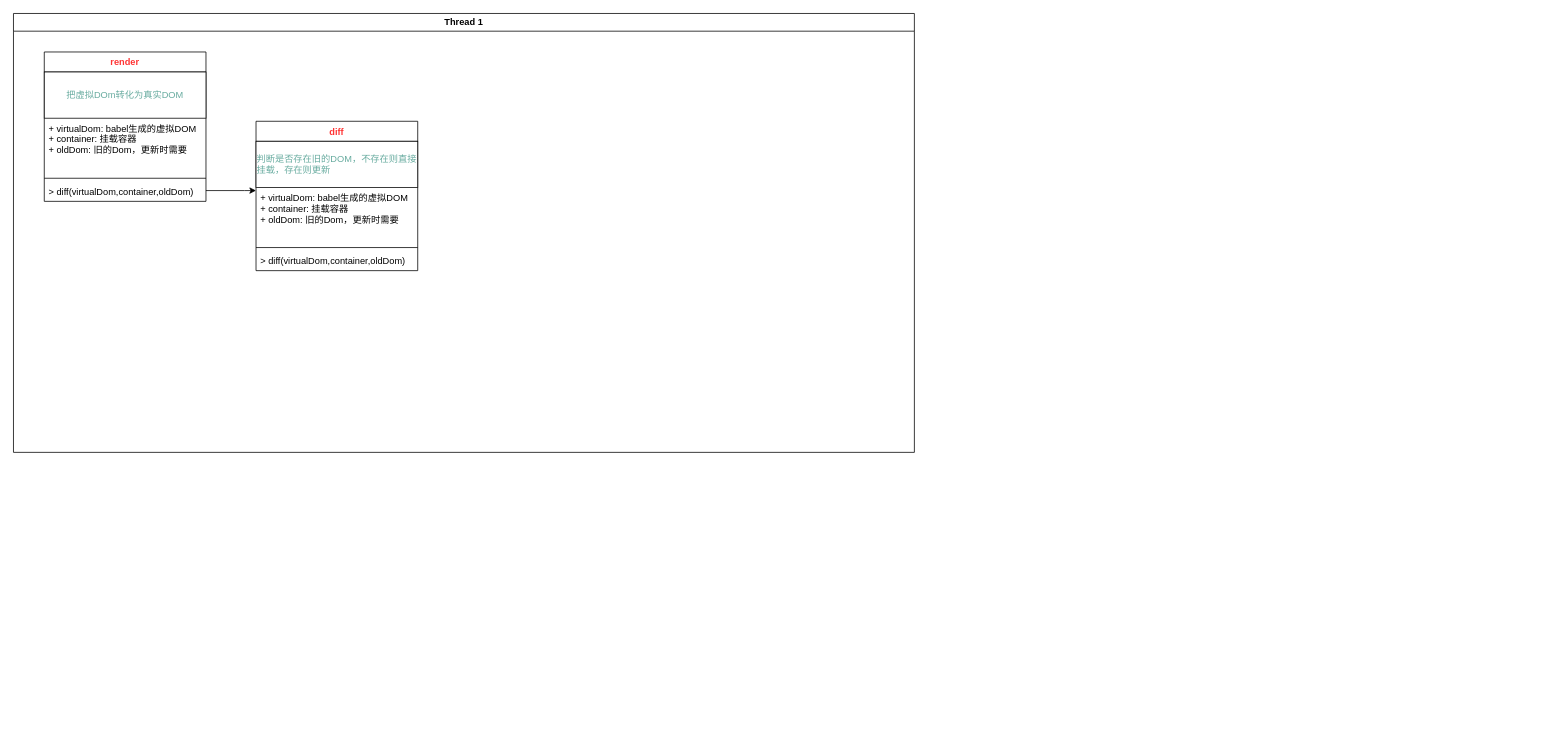
This is 未命名绘图.drawio from eaweadaws0/mini-react, a draw.io file, before an edit. Source tidied: cells renumbered, new cells numbered last; positions are measured from the earlier drawing's top-left corner, leaving out a move shared by most shapes. Both pictures are drawn from the tidied source at 77%, with x=0, y=0 at pixel (13, 13).
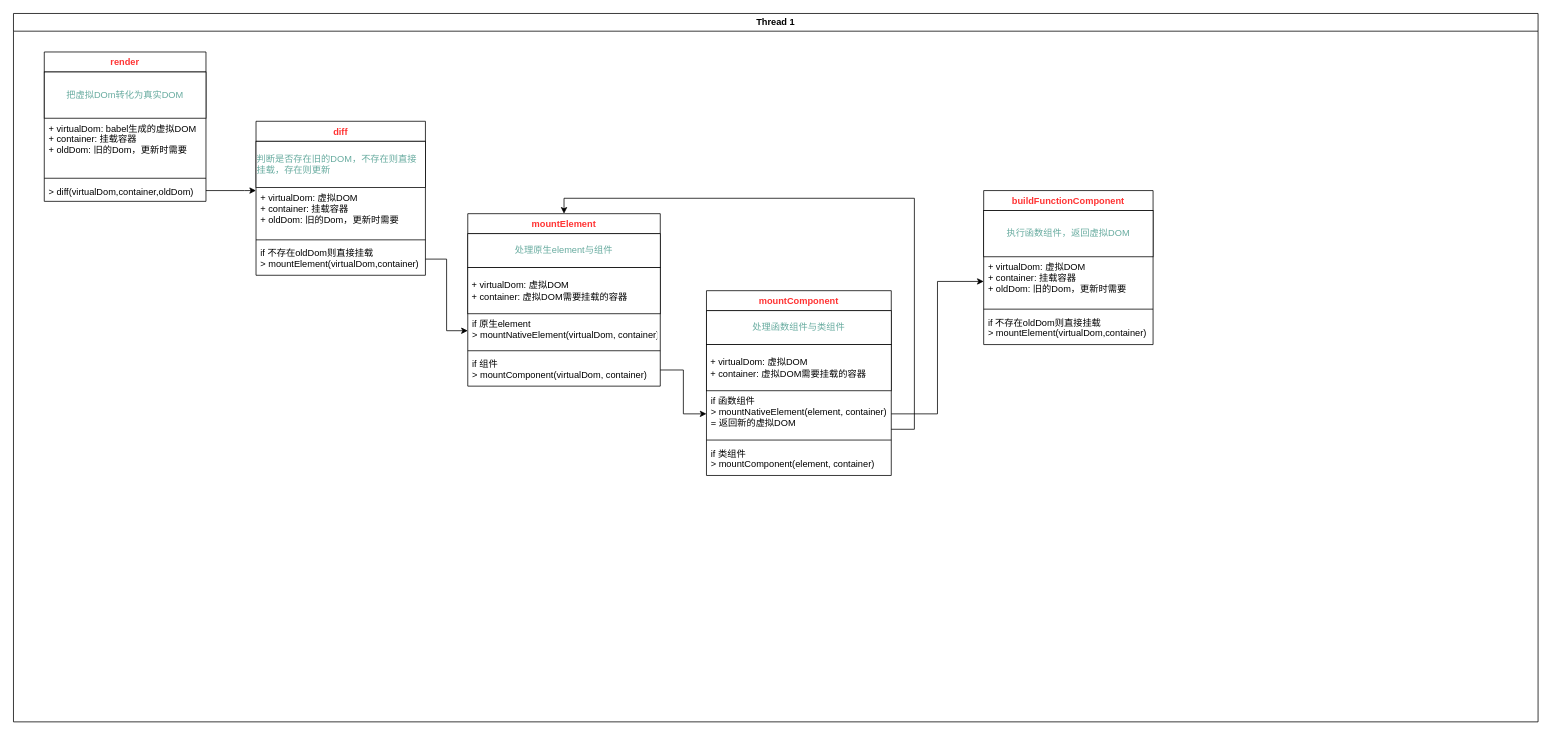
After the change.

Commit message:
更新未命名绘图.drawio

The edit, as a diff of the source:
```diff
@@
     <mxCell id="2" value="Thread 1" style="swimlane;whiteSpace=wrap;" parent="1" vertex="1">
-      <mxGeometry width="1170" height="570" as="geometry" />
+      <mxGeometry width="1980" height="920" as="geometry" />
     </mxCell>
@@
     <mxCell id="9" value="diff" style="swimlane;fontStyle=1;align=center;verticalAlign=top;horizontal=1;startSize=26;fontColor=#FF3333;" parent="2" vertex="1">
-      <mxGeometry x="315" y="140" width="210" height="194" as="geometry" />
+      <mxGeometry x="315" y="140" width="220" height="200" as="geometry" />
     </mxCell>
     <mxCell id="10" value="&lt;div style=&quot;text-align: left;&quot;&gt;&lt;span style=&quot;background-color: initial;&quot;&gt;&lt;font color=&quot;#67ab9f&quot;&gt;判断是否存在旧的DOM，不存在则直接挂载，存在则更新&lt;/font&gt;&lt;/span&gt;&lt;/div&gt;" style="rounded=0;whiteSpace=wrap;html=1;fontColor=#FF3333;" parent="9" vertex="1">
-      <mxGeometry y="26" width="210" height="60" as="geometry" />
+      <mxGeometry y="26" width="220" height="60" as="geometry" />
     </mxCell>
-    <mxCell id="11" value="+ virtualDom: babel生成的虚拟DOM&#10;+ container: 挂载容器&#10;+ oldDom: 旧的Dom，更新时需要" style="text;strokeColor=none;fillColor=none;align=left;verticalAlign=top;spacingLeft=4;spacingRight=4;overflow=hidden;" parent="9" vertex="1">
-      <mxGeometry y="86" width="210" height="74" as="geometry" />
+    <mxCell id="11" value="+ virtualDom: 虚拟DOM&#10;+ container: 挂载容器&#10;+ oldDom: 旧的Dom，更新时需要" style="text;strokeColor=none;fillColor=none;align=left;verticalAlign=top;spacingLeft=4;spacingRight=4;overflow=hidden;" parent="9" vertex="1">
+      <mxGeometry y="86" width="220" height="64" as="geometry" />
     </mxCell>
     <mxCell id="12" style="line;strokeWidth=1;fillColor=none;align=left;verticalAlign=middle;spacingTop=-1;spacingLeft=3;spacingRight=3;labelPosition=right;" parent="9" vertex="1">
-      <mxGeometry y="160" width="210" height="8" as="geometry" />
+      <mxGeometry y="150" width="220" height="8" as="geometry" />
     </mxCell>
-    <mxCell id="13" value="&gt; diff(virtualDom,container,oldDom) " style="text;strokeColor=none;fillColor=none;align=left;verticalAlign=top;spacingLeft=4;spacingRight=4;overflow=hidden;points=[[0,0.5],[1,0.5]];portConstraint=eastwest;" parent="9" vertex="1">
-      <mxGeometry y="168" width="210" height="26" as="geometry" />
+    <mxCell id="13" value="if 不存在oldDom则直接挂载&#10;&gt; mountElement(virtualDom,container) " style="text;strokeColor=none;fillColor=none;align=left;verticalAlign=top;spacingLeft=4;spacingRight=4;overflow=hidden;points=[[0,0.5],[1,0.5]];portConstraint=eastwest;" parent="9" vertex="1">
+      <mxGeometry y="158" width="220" height="42" as="geometry" />
     </mxCell>
+    <mxCell id="14" value="mountElement" style="swimlane;fontStyle=1;align=center;verticalAlign=top;horizontal=1;startSize=26;fontColor=#FF3333;" parent="2" vertex="1">
+      <mxGeometry x="590" y="260" width="250" height="224" as="geometry" />
+    </mxCell>
+    <mxCell id="15" value="&lt;div style=&quot;text-align: left;&quot;&gt;&lt;font color=&quot;#67ab9f&quot;&gt;处理原生element与组件&lt;/font&gt;&lt;/div&gt;" style="rounded=0;whiteSpace=wrap;html=1;fontColor=#FF3333;" parent="14" vertex="1">
+      <mxGeometry y="26" width="250" height="44" as="geometry" />
+    </mxCell>
+    <mxCell id="16" value="&lt;span style=&quot;color: rgb(0, 0, 0);&quot;&gt;&amp;nbsp;+ virtualDom: 虚拟DOM&lt;/span&gt;&lt;br style=&quot;padding: 0px; margin: 0px; color: rgb(0, 0, 0);&quot;&gt;&lt;span style=&quot;color: rgb(0, 0, 0);&quot;&gt;&amp;nbsp;+ container: 虚拟DOM需要挂载的容器&lt;/span&gt;" style="rounded=0;whiteSpace=wrap;html=1;fontFamily=Helvetica;fontSize=12;fontColor=#FF3333;startSize=26;strokeColor=rgb(0, 0, 0);fillColor=rgb(255, 255, 255);align=left;" parent="14" vertex="1">
+      <mxGeometry y="70" width="250" height="60" as="geometry" />
+    </mxCell>
+    <mxCell id="17" value="if 原生element&#10;&gt; mountNativeElement(virtualDom, container) " style="text;strokeColor=none;fillColor=none;align=left;verticalAlign=top;spacingLeft=4;spacingRight=4;overflow=hidden;points=[[0,0.5],[1,0.5]];portConstraint=eastwest;" parent="14" vertex="1">
+      <mxGeometry y="130" width="250" height="44" as="geometry" />
+    </mxCell>
+    <mxCell id="18" style="line;strokeWidth=1;fillColor=none;align=left;verticalAlign=middle;spacingTop=-1;spacingLeft=3;spacingRight=3;labelPosition=right;" parent="14" vertex="1">
+      <mxGeometry y="174" width="250" height="8" as="geometry" />
+    </mxCell>
+    <mxCell id="19" value="if 组件&#10;&gt; mountComponent(virtualDom, container) " style="text;strokeColor=none;fillColor=none;align=left;verticalAlign=top;spacingLeft=4;spacingRight=4;overflow=hidden;points=[[0,0.5],[1,0.5]];portConstraint=eastwest;" parent="14" vertex="1">
+      <mxGeometry y="182" width="250" height="42" as="geometry" />
+    </mxCell>
+    <mxCell id="20" style="edgeStyle=orthogonalEdgeStyle;rounded=0;jettySize=auto;html=1;fontFamily=Helvetica;fontSize=12;fontColor=#FF3333;startSize=26;" parent="2" edge="1" source="13" target="17">
+      <mxGeometry relative="1" as="geometry" />
+    </mxCell>
+    <mxCell id="21" value="mountComponent" style="swimlane;fontStyle=1;align=center;verticalAlign=top;horizontal=1;startSize=26;fontColor=#FF3333;" parent="2" vertex="1">
+      <mxGeometry x="900" y="360" width="240" height="240" as="geometry" />
+    </mxCell>
+    <mxCell id="22" value="&lt;div style=&quot;text-align: left;&quot;&gt;&lt;font color=&quot;#67ab9f&quot;&gt;处理函数组件与类组件&lt;/font&gt;&lt;/div&gt;" style="rounded=0;whiteSpace=wrap;html=1;fontColor=#FF3333;" parent="21" vertex="1">
+      <mxGeometry y="26" width="240" height="44" as="geometry" />
+    </mxCell>
+    <mxCell id="23" value="&lt;span style=&quot;color: rgb(0, 0, 0);&quot;&gt;&amp;nbsp;+ virtualDom: 虚拟DOM&lt;/span&gt;&lt;br style=&quot;padding: 0px; margin: 0px; color: rgb(0, 0, 0);&quot;&gt;&lt;span style=&quot;color: rgb(0, 0, 0);&quot;&gt;&amp;nbsp;+ container: 虚拟DOM需要挂载的容器&lt;/span&gt;" style="rounded=0;whiteSpace=wrap;html=1;fontFamily=Helvetica;fontSize=12;fontColor=#FF3333;startSize=26;strokeColor=rgb(0, 0, 0);fillColor=rgb(255, 255, 255);align=left;" parent="21" vertex="1">
+      <mxGeometry y="70" width="240" height="60" as="geometry" />
+    </mxCell>
+    <mxCell id="24" value="if 函数组件&#10;&gt; mountNativeElement(element, container)&#10;= 返回新的虚拟DOM " style="text;strokeColor=none;fillColor=none;align=left;verticalAlign=top;spacingLeft=4;spacingRight=4;overflow=hidden;points=[[0,0.33,0,0,0],[0,0.5,0,0,0],[0,0.67,0,0,0],[1,0.5,0,0,0]];portConstraint=eastwest;" parent="21" vertex="1">
+      <mxGeometry y="130" width="240" height="60" as="geometry" />
+    </mxCell>
+    <mxCell id="25" style="line;strokeWidth=1;fillColor=none;align=left;verticalAlign=middle;spacingTop=-1;spacingLeft=3;spacingRight=3;labelPosition=right;" parent="21" vertex="1">
+      <mxGeometry y="190" width="240" height="8" as="geometry" />
+    </mxCell>
+    <mxCell id="26" value="if 类组件&#10;&gt; mountComponent(element, container) " style="text;strokeColor=none;fillColor=none;align=left;verticalAlign=top;spacingLeft=4;spacingRight=4;overflow=hidden;" parent="21" vertex="1">
+      <mxGeometry y="198" width="240" height="42" as="geometry" />
+    </mxCell>
+    <mxCell id="27" style="edgeStyle=orthogonalEdgeStyle;rounded=0;jettySize=auto;html=1;fontFamily=Helvetica;fontSize=12;fontColor=#FF3333;startSize=26;" parent="2" edge="1" source="19" target="24">
+      <mxGeometry relative="1" as="geometry" />
+    </mxCell>
+    <mxCell id="28" value="buildFunctionComponent" style="swimlane;fontStyle=1;align=center;verticalAlign=top;horizontal=1;startSize=26;fontColor=#FF3333;" parent="2" vertex="1">
+      <mxGeometry x="1260" y="230" width="220" height="200" as="geometry" />
+    </mxCell>
+    <mxCell id="29" value="&lt;div style=&quot;text-align: left;&quot;&gt;&lt;font color=&quot;#67ab9f&quot;&gt;执行函数组件，返回虚拟DOM&lt;/font&gt;&lt;/div&gt;" style="rounded=0;whiteSpace=wrap;html=1;fontColor=#FF3333;" parent="28" vertex="1">
+      <mxGeometry y="26" width="220" height="60" as="geometry" />
+    </mxCell>
+    <mxCell id="30" value="+ virtualDom: 虚拟DOM&#10;+ container: 挂载容器&#10;+ oldDom: 旧的Dom，更新时需要" style="text;strokeColor=none;fillColor=none;align=left;verticalAlign=top;spacingLeft=4;spacingRight=4;overflow=hidden;points=[[0,0.5],[1,0.5]];portConstraint=eastwest;" parent="28" vertex="1">
+      <mxGeometry y="86" width="220" height="64" as="geometry" />
+    </mxCell>
+    <mxCell id="31" style="line;strokeWidth=1;fillColor=none;align=left;verticalAlign=middle;spacingTop=-1;spacingLeft=3;spacingRight=3;labelPosition=right;" parent="28" vertex="1">
+      <mxGeometry y="150" width="220" height="8" as="geometry" />
+    </mxCell>
+    <mxCell id="32" value="if 不存在oldDom则直接挂载&#10;&gt; mountElement(virtualDom,container) " style="text;strokeColor=none;fillColor=none;align=left;verticalAlign=top;spacingLeft=4;spacingRight=4;overflow=hidden;" parent="28" vertex="1">
+      <mxGeometry y="158" width="220" height="42" as="geometry" />
+    </mxCell>
+    <mxCell id="33" style="edgeStyle=orthogonalEdgeStyle;rounded=0;jettySize=auto;html=1;entryX=0;entryY=0.5;entryDx=0;entryDy=0;fontFamily=Helvetica;fontSize=12;fontColor=#FF3333;startSize=26;" parent="2" edge="1" source="24" target="30">
+      <mxGeometry relative="1" as="geometry" />
+    </mxCell>
+    <mxCell id="34" style="edgeStyle=orthogonalEdgeStyle;rounded=0;jettySize=auto;html=1;entryX=0.5;entryY=0;entryDx=0;entryDy=0;fontFamily=Helvetica;fontSize=12;fontColor=#FF3333;startSize=26;" parent="2" edge="1" source="24" target="14">
+      <mxGeometry relative="1" as="geometry">
+        <Array as="points">
+          <mxPoint x="1170" y="540" />
+          <mxPoint x="1170" y="240" />
+          <mxPoint x="715" y="240" />
+        </Array>
+      </mxGeometry>
+    </mxCell>
```
